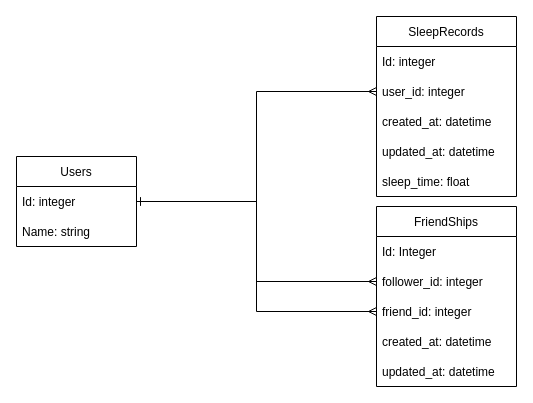
Above: goodnight_tables.drawio in LaichuLai/draw_io (draw.io), before the change. Source tidied: cells renumbered, new cells numbered last; positions are measured from the earlier drawing's top-left corner, leaving out a move shared by most shapes. Both pictures are drawn from the tidied source at 100%, with x=0, y=0 at pixel (16, 16).
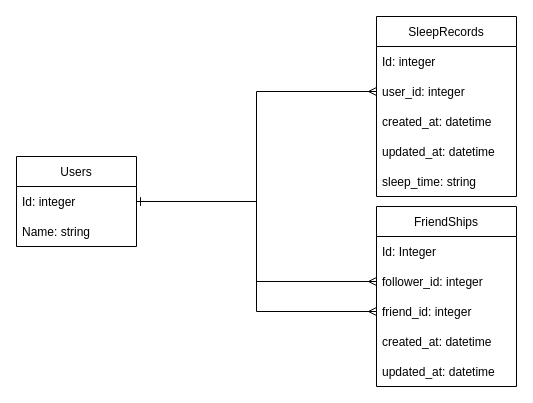
The same page after the edit.

The edit, as a diff of the source:
```diff
@@
 <mxGraphModel>
   <root>
     <mxCell id="0" />
     <mxCell id="1" parent="0" />
     <mxCell id="2" value="Users" style="swimlane;fontStyle=0;horizontal=1;startSize=30;" parent="1" vertex="1">
       <mxGeometry y="140" width="120" height="90" as="geometry" />
     </mxCell>
     <mxCell id="3" value="Id: integer" style="text;strokeColor=none;fillColor=none;align=left;verticalAlign=middle;spacingLeft=4;spacingRight=4;overflow=hidden;points=[[0,0.5],[1,0.5]];portConstraint=eastwest;" parent="2" vertex="1">
       <mxGeometry y="30" width="120" height="30" as="geometry" />
     </mxCell>
     <mxCell id="4" value="Name: string" style="text;strokeColor=none;fillColor=none;align=left;verticalAlign=middle;spacingLeft=4;spacingRight=4;overflow=hidden;" parent="2" vertex="1">
       <mxGeometry y="60" width="120" height="30" as="geometry" />
     </mxCell>
     <mxCell id="5" value="SleepRecords" style="swimlane;fontStyle=0;horizontal=1;startSize=30;" parent="1" vertex="1">
       <mxGeometry x="360" width="140" height="180" as="geometry" />
     </mxCell>
     <mxCell id="6" value="Id: integer" style="text;strokeColor=none;fillColor=none;align=left;verticalAlign=middle;spacingLeft=4;spacingRight=4;overflow=hidden;" parent="5" vertex="1">
       <mxGeometry y="30" width="140" height="30" as="geometry" />
     </mxCell>
     <mxCell id="7" value="user_id: integer" style="text;strokeColor=none;fillColor=none;align=left;verticalAlign=middle;spacingLeft=4;spacingRight=4;overflow=hidden;points=[[0,0.5],[1,0.5]];portConstraint=eastwest;" parent="5" vertex="1">
       <mxGeometry y="60" width="140" height="30" as="geometry" />
     </mxCell>
     <mxCell id="8" value="created_at: datetime" style="text;strokeColor=none;fillColor=none;align=left;verticalAlign=middle;spacingLeft=4;spacingRight=4;overflow=hidden;" parent="5" vertex="1">
       <mxGeometry y="90" width="140" height="30" as="geometry" />
     </mxCell>
     <mxCell id="9" value="updated_at: datetime" style="text;strokeColor=none;fillColor=none;align=left;verticalAlign=middle;spacingLeft=4;spacingRight=4;overflow=hidden;" parent="5" vertex="1">
       <mxGeometry y="120" width="140" height="30" as="geometry" />
     </mxCell>
-    <mxCell id="10" value="sleep_time: float" style="text;strokeColor=none;fillColor=none;align=left;verticalAlign=middle;spacingLeft=4;spacingRight=4;overflow=hidden;" parent="5" vertex="1">
+    <mxCell id="10" value="sleep_time: string" style="text;strokeColor=none;fillColor=none;align=left;verticalAlign=middle;spacingLeft=4;spacingRight=4;overflow=hidden;" parent="5" vertex="1">
       <mxGeometry y="150" width="140" height="30" as="geometry" />
     </mxCell>
     <mxCell id="11" style="edgeStyle=orthogonalEdgeStyle;rounded=0;jettySize=auto;html=1;entryX=0;entryY=0.5;entryDx=0;entryDy=0;endArrow=ERmany;endFill=0;startArrow=ERone;startFill=0;" parent="1" edge="1" source="3" target="7">
       <mxGeometry relative="1" as="geometry" />
     </mxCell>
     <mxCell id="12" value="FriendShips" style="swimlane;fontStyle=0;horizontal=1;startSize=30;" parent="1" vertex="1">
       <mxGeometry x="360" y="190" width="140" height="180" as="geometry" />
     </mxCell>
     <mxCell id="13" value="Id: Integer" style="text;strokeColor=none;fillColor=none;align=left;verticalAlign=middle;spacingLeft=4;spacingRight=4;overflow=hidden;" parent="12" vertex="1">
       <mxGeometry y="30" width="140" height="30" as="geometry" />
     </mxCell>
     <mxCell id="14" value="follower_id: integer" style="text;strokeColor=none;fillColor=none;align=left;verticalAlign=middle;spacingLeft=4;spacingRight=4;overflow=hidden;points=[[0,0.5],[1,0.5]];portConstraint=eastwest;" parent="12" vertex="1">
       <mxGeometry y="60" width="140" height="30" as="geometry" />
     </mxCell>
     <mxCell id="15" value="friend_id: integer" style="text;strokeColor=none;fillColor=none;align=left;verticalAlign=middle;spacingLeft=4;spacingRight=4;overflow=hidden;points=[[0,0.5],[1,0.5]];portConstraint=eastwest;" parent="12" vertex="1">
       <mxGeometry y="90" width="140" height="30" as="geometry" />
     </mxCell>
     <mxCell id="16" value="created_at: datetime" style="text;strokeColor=none;fillColor=none;align=left;verticalAlign=middle;spacingLeft=4;spacingRight=4;overflow=hidden;" parent="12" vertex="1">
       <mxGeometry y="120" width="140" height="30" as="geometry" />
     </mxCell>
     <mxCell id="17" value="updated_at: datetime" style="text;strokeColor=none;fillColor=none;align=left;verticalAlign=middle;spacingLeft=4;spacingRight=4;overflow=hidden;" parent="12" vertex="1">
       <mxGeometry y="150" width="140" height="30" as="geometry" />
     </mxCell>
     <mxCell id="18" style="edgeStyle=orthogonalEdgeStyle;rounded=0;jettySize=auto;html=1;startArrow=ERone;startFill=0;endArrow=ERmany;endFill=0;entryX=0;entryY=0.5;entryDx=0;entryDy=0;" parent="1" edge="1" source="3" target="14">
       <mxGeometry relative="1" as="geometry" />
     </mxCell>
     <mxCell id="19" style="edgeStyle=orthogonalEdgeStyle;rounded=0;jettySize=auto;html=1;startArrow=ERone;startFill=0;endArrow=ERmany;endFill=0;" parent="1" edge="1" source="3" target="15">
       <mxGeometry relative="1" as="geometry" />
     </mxCell>
   </root>
 </mxGraphModel>
```
